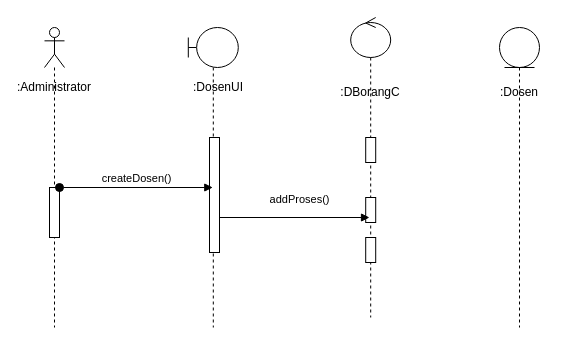
mahesri/uml_ads_sms3 keeps this draw.io diagram as Pert 11/Seq-Prak-1.drawio. Above is the earlier version. Source tidied: cells renumbered, new cells numbered last; positions are measured from the earlier drawing's top-left corner, leaving out a move shared by most shapes. Both pictures are drawn from the tidied source at 100%, with x=0, y=0 at pixel (24, 17).
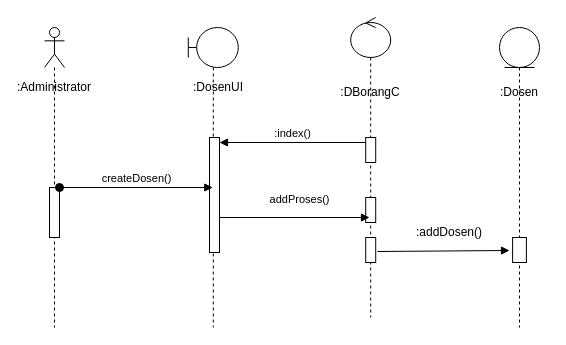
The same page after the edit.

Unchanged cells that the change refers to:
```xml
<mxCell id="8" style="html=1;points=[[0,0,0,0,5],[0,1,0,0,-5],[1,0,0,0,5],[1,1,0,0,-5]];perimeter=orthogonalPerimeter;outlineConnect=0;targetShapes=umlLifeline;portConstraint=eastwest;newEdgeStyle={&quot;curved&quot;:0,&quot;rounded&quot;:0};" parent="7" vertex="1">
  <mxGeometry x="21.2" y="110" width="10" height="115" as="geometry" />
</mxCell>
<mxCell id="9" style="shape=umlLifeline;perimeter=lifelinePerimeter;whiteSpace=wrap;html=1;newEdgeStyle={&quot;curved&quot;:0,&quot;rounded&quot;:0};participant=umlEntity;" parent="1" vertex="1">
  <mxGeometry x="475" y="10" width="40" height="300" as="geometry" />
</mxCell>
<mxCell id="11" style="html=1;points=[[0,0,0,0,5],[0,1,0,0,-5],[1,0,0,0,5],[1,1,0,0,-5]];perimeter=orthogonalPerimeter;outlineConnect=0;targetShapes=umlLifeline;portConstraint=eastwest;newEdgeStyle={&quot;curved&quot;:0,&quot;rounded&quot;:0};" parent="10" vertex="1">
  <mxGeometry x="15" y="120" width="10" height="25" as="geometry" />
</mxCell>
<mxCell id="12" style="html=1;points=[[0,0,0,0,5],[0,1,0,0,-5],[1,0,0,0,5],[1,1,0,0,-5]];perimeter=orthogonalPerimeter;outlineConnect=0;targetShapes=umlLifeline;portConstraint=eastwest;newEdgeStyle={&quot;curved&quot;:0,&quot;rounded&quot;:0};" parent="10" vertex="1">
  <mxGeometry x="15" y="220" width="10" height="25" as="geometry" />
</mxCell>
```

The edit, as a diff of the source:
```diff
@@
+    <mxCell id="18" style="html=1;perimeter=orthogonalPerimeter;targetShapes=umlLifeline;newEdgeStyle={&quot;curved&quot;:0,&quot;rounded&quot;:0};" parent="9" vertex="1">
+      <mxGeometry x="13.1" y="210" width="13.8" height="25" as="geometry" />
+    </mxCell>
@@
+    <mxCell id="19" value=":index()" style="html=1;verticalAlign=bottom;endArrow=block;curved=0;rounded=0;exitX=0;exitY=0;exitDx=0;exitDy=5;exitPerimeter=0;entryX=1;entryY=0;entryDx=0;entryDy=5;entryPerimeter=0;" parent="1" edge="1" source="11" target="8">
+      <mxGeometry relative="1" as="geometry" />
+    </mxCell>
+    <mxCell id="20" style="html=1;verticalAlign=bottom;endArrow=block;curved=0;rounded=0;exitX=1.175;exitY=0.56;exitDx=0;exitDy=0;exitPerimeter=0;" parent="1" edge="1" source="12">
+      <mxGeometry relative="1" as="geometry">
+        <mxPoint x="485" y="233" as="targetPoint" />
+      </mxGeometry>
+    </mxCell>
+    <mxCell id="21" value=":addDosen()" style="text;html=1;strokeColor=none;fillColor=none;align=center;verticalAlign=middle;whiteSpace=wrap;rounded=0;" parent="1" vertex="1">
+      <mxGeometry x="395" y="200" width="60" height="30" as="geometry" />
+    </mxCell>
```
